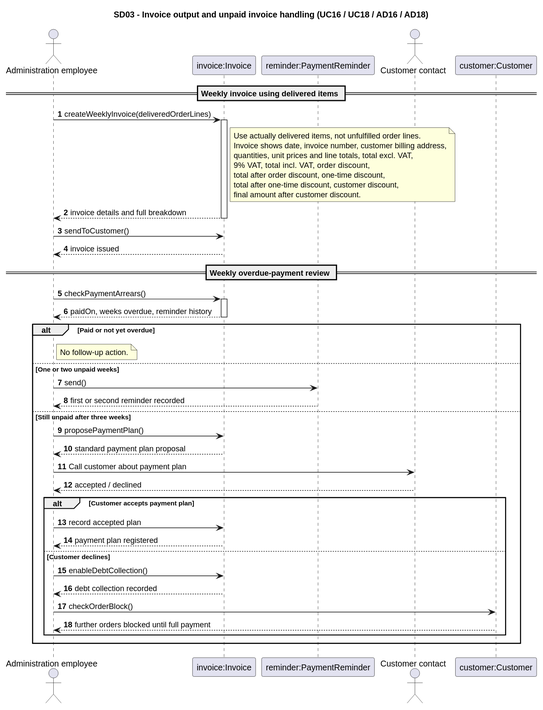
ViktorQorri/Project-Timaflu keeps this PlantUML diagram as Documentation/Architecture/uml/export/sequence_diagrams/SD03_KlantHeeftNietBetaald.svg. Above is the earlier version.
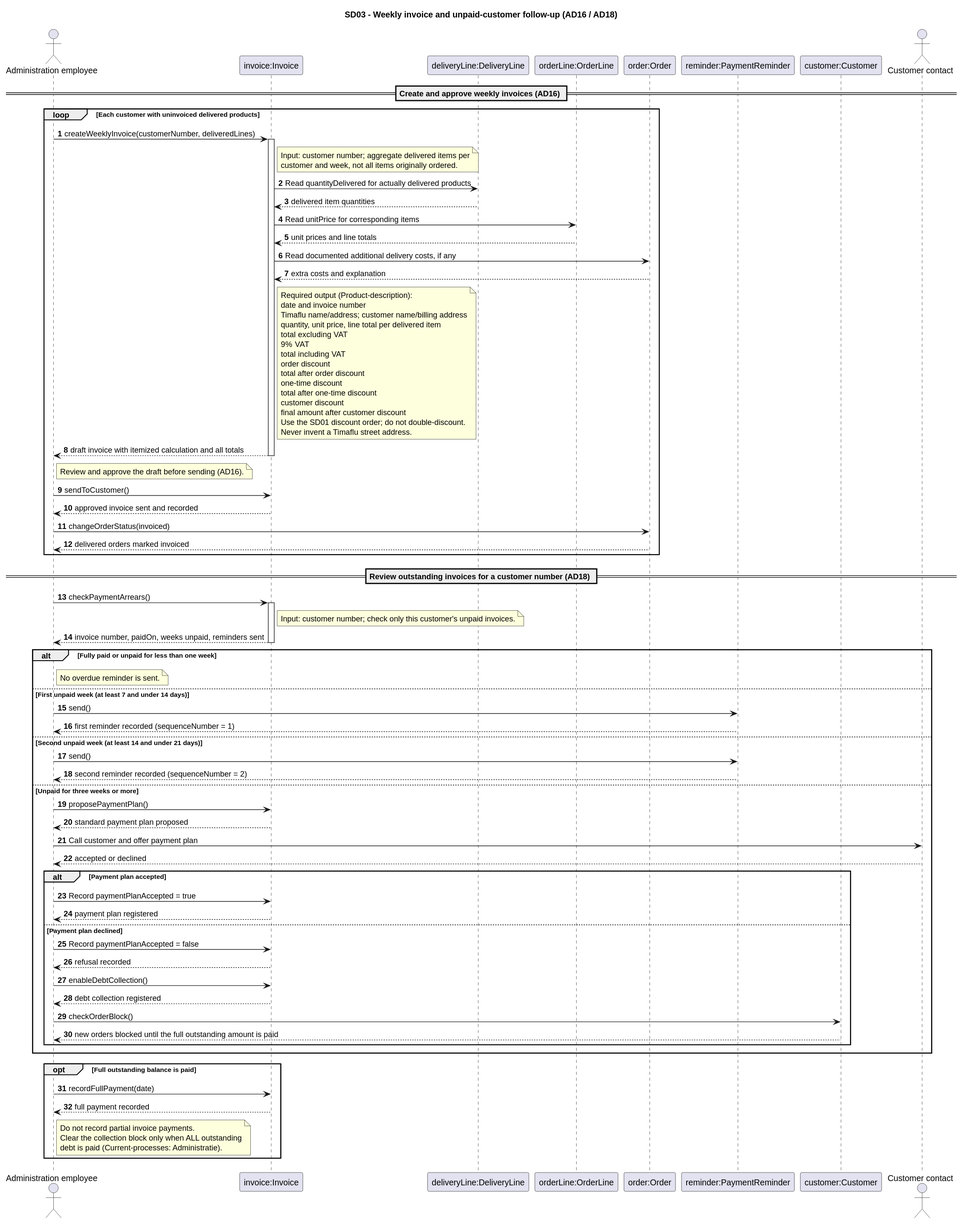
The same file after the commit.

Commit message:
docs: align five sequence diagrams with authoritative Timaflu case

The edit, as a diff of the source:
```diff
@@ -1,53 +1,96 @@
 @startuml
-title SD03 - Invoice output and unpaid invoice handling (UC16 / UC18 / AD16 / AD18)
+title SD03 - Weekly invoice and unpaid-customer follow-up (AD16 / AD18)
 autonumber
 
 actor "Administration employee" as Admin
 participant "invoice:Invoice" as Invoice
+participant "deliveryLine:DeliveryLine" as DeliveryLine
+participant "orderLine:OrderLine" as OrderLine
+participant "order:Order" as Order
 participant "reminder:PaymentReminder" as Reminder
+participant "customer:Customer" as Customer
 actor "Customer contact" as Contact
-participant "customer:Customer" as Customer
 
-== Weekly invoice using delivered items ==
-Admin -> Invoice: createWeeklyInvoice(deliveredOrderLines)
-activate Invoice
-note right of Invoice
-  Use actually delivered items, not unfulfilled order lines.
-  Invoice shows date, invoice number, customer billing address,
-  quantities, unit prices and line totals, total excl. VAT,
-  9% VAT, total incl. VAT, order discount,
-  total after order discount, one-time discount,
-  total after one-time discount, customer discount,
-  final amount after customer discount.
-end note
-Invoice --> Admin: invoice details and full breakdown
-deactivate Invoice
-Admin -> Invoice: sendToCustomer()
-Invoice --> Admin: invoice issued
+== Create and approve weekly invoices (AD16) ==
+loop Each customer with uninvoiced delivered products
+  Admin -> Invoice: createWeeklyInvoice(customerNumber, deliveredLines)
+  activate Invoice
+  note right of Invoice
+    Input: customer number; aggregate delivered items per
+    customer and week, not all items originally ordered.
+  end note
+  Invoice -> DeliveryLine: Read quantityDelivered for actually delivered products
+  DeliveryLine --> Invoice: delivered item quantities
+  Invoice -> OrderLine: Read unitPrice for corresponding items
+  OrderLine --> Invoice: unit prices and line totals
+  Invoice -> Order: Read documented additional delivery costs, if any
+  Order --> Invoice: extra costs and explanation
+  note right of Invoice
+    Required output (Product-description):
+    date and invoice number
+    Timaflu name/address; customer name/billing address
+    quantity, unit price, line total per delivered item
+    total excluding VAT
+    9% VAT
+    total including VAT
+    order discount
+    total after order discount
+    one-time discount
+    total after one-time discount
+    customer discount
+    final amount after customer discount
+    Use the SD01 discount order; do not double-discount.
+    Never invent a Timaflu street address.
+  end note
+  Invoice --> Admin: draft invoice with itemized calculation and all totals
+  deactivate Invoice
+  note right of Admin: Review and approve the draft before sending (AD16).
+  Admin -> Invoice: sendToCustomer()
+  Invoice --> Admin: approved invoice sent and recorded
+  Admin -> Order: changeOrderStatus(invoiced)
+  Order --> Admin: delivered orders marked invoiced
+end
 
-== Weekly overdue-payment review ==
+== Review outstanding invoices for a customer number (AD18) ==
 Admin -> Invoice: checkPaymentArrears()
 activate Invoice
-Invoice --> Admin: paidOn, weeks overdue, reminder history
+note right of Invoice: Input: customer number; check only this customer's unpaid invoices.
+Invoice --> Admin: invoice number, paidOn, weeks unpaid, reminders sent
 deactivate Invoice
-alt Paid or not yet overdue
-  note right of Admin: No follow-up action.
-else One or two unpaid weeks
+
+alt Fully paid or unpaid for less than one week
+  note right of Admin: No overdue reminder is sent.
+else First unpaid week (at least 7 and under 14 days)
   Admin -> Reminder: send()
-  Reminder --> Admin: first or second reminder recorded
-else Still unpaid after three weeks
+  Reminder --> Admin: first reminder recorded (sequenceNumber = 1)
+else Second unpaid week (at least 14 and under 21 days)
+  Admin -> Reminder: send()
+  Reminder --> Admin: second reminder recorded (sequenceNumber = 2)
+else Unpaid for three weeks or more
   Admin -> Invoice: proposePaymentPlan()
-  Invoice --> Admin: standard payment plan proposal
-  Admin -> Contact: Call customer about payment plan
-  Contact --> Admin: accepted / declined
-  alt Customer accepts payment plan
-    Admin -> Invoice: record accepted plan
+  Invoice --> Admin: standard payment plan proposed
+  Admin -> Contact: Call customer and offer payment plan
+  Contact --> Admin: accepted or declined
+  alt Payment plan accepted
+    Admin -> Invoice: Record paymentPlanAccepted = true
     Invoice --> Admin: payment plan registered
-  else Customer declines
+  else Payment plan declined
+    Admin -> Invoice: Record paymentPlanAccepted = false
+    Invoice --> Admin: refusal recorded
     Admin -> Invoice: enableDebtCollection()
-    Invoice --> Admin: debt collection recorded
+    Invoice --> Admin: debt collection registered
     Admin -> Customer: checkOrderBlock()
-    Customer --> Admin: further orders blocked until full payment
+    Customer --> Admin: new orders blocked until the full outstanding amount is paid
   end
 end
+
+opt Full outstanding balance is paid
+  Admin -> Invoice: recordFullPayment(date)
+  Invoice --> Admin: full payment recorded
+  note right of Admin
+    Do not record partial invoice payments.
+    Clear the collection block only when ALL outstanding
+    debt is paid (Current-processes: Administratie).
+  end note
+end
 @enduml
```
